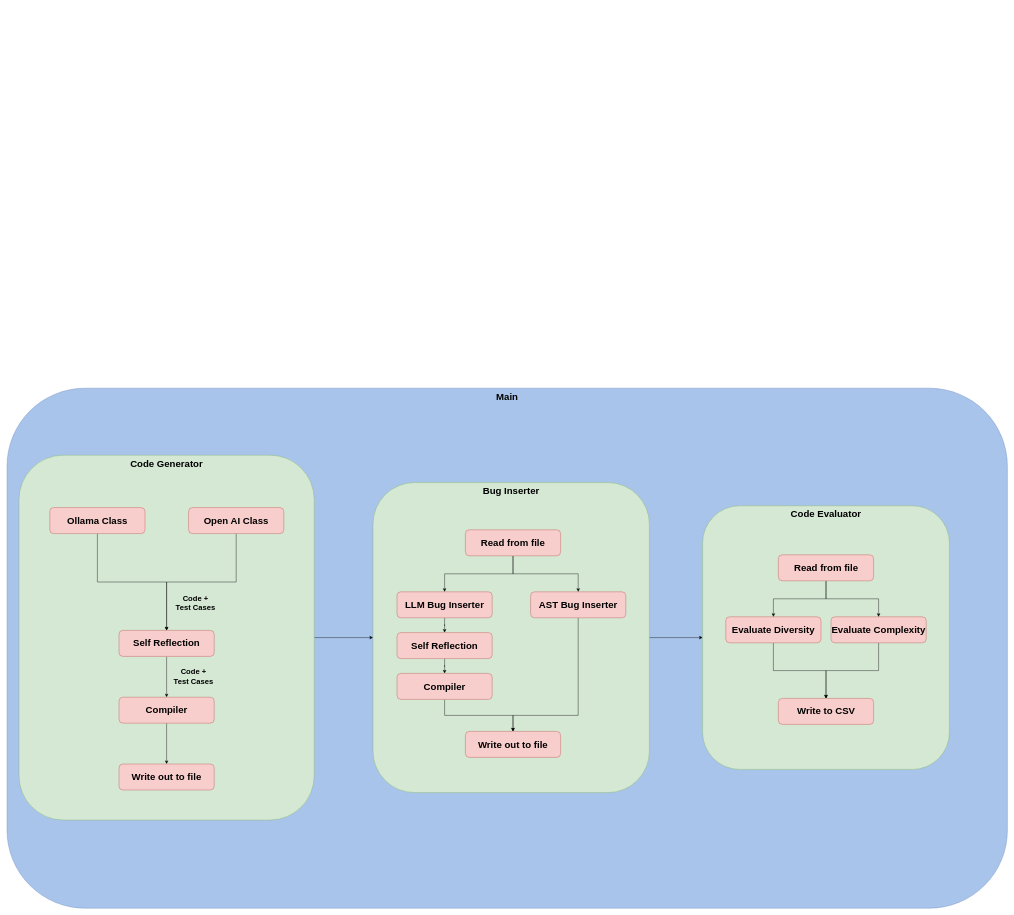
This is Reports/Final/Images/Code_Structure.drawio from Patrick941/MAIProject, a draw.io file, before an edit. Source tidied: cells renumbered, new cells numbered last; positions are measured from the earlier drawing's top-left corner, leaving out a move shared by most shapes. Both pictures are drawn from the tidied source at 40%, with x=0, y=0 at pixel (7, 388).
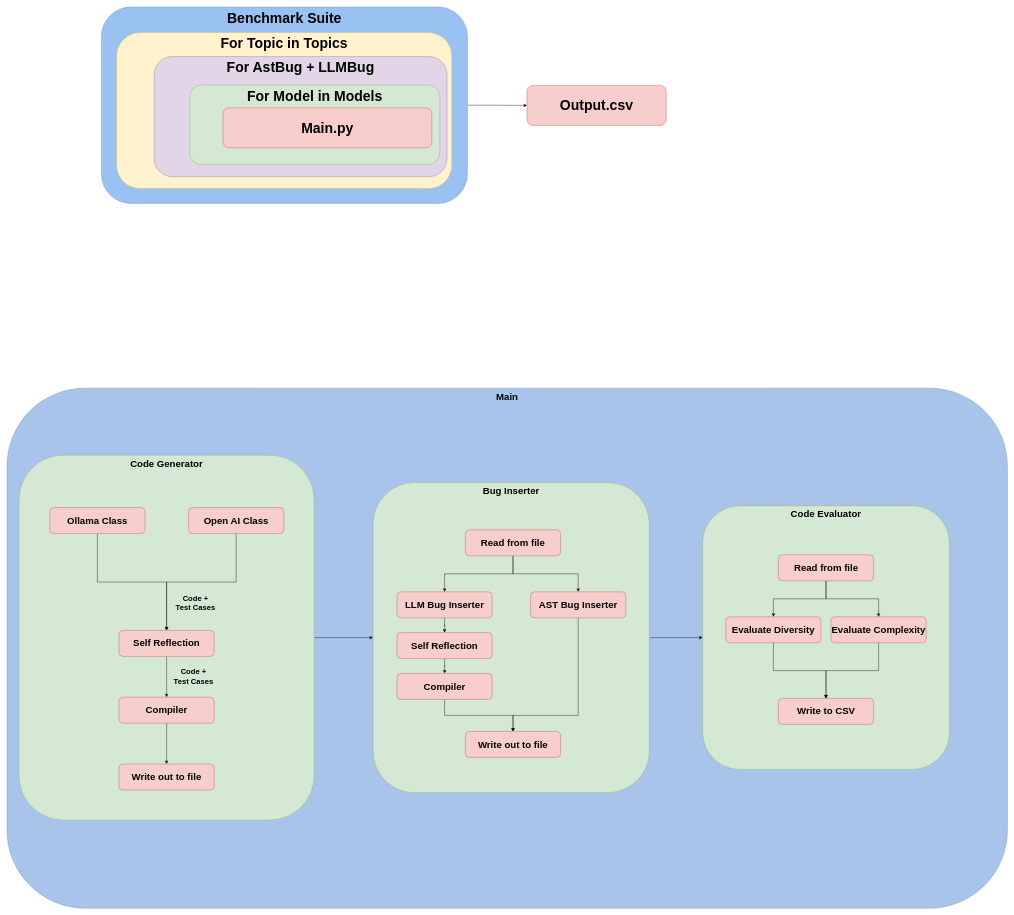
The same page after the edit.

What changed in the source:
```diff
@@
+    <mxCell id="39" style="edgeStyle=orthogonalEdgeStyle;rounded=0;jettySize=auto;html=1;entryX=0;entryY=0.5;entryDx=0;entryDy=0;" parent="1" edge="1" source="40" target="45">
+      <mxGeometry relative="1" as="geometry" />
+    </mxCell>
+    <mxCell id="40" value="Benchmark Suite" style="rounded=1;whiteSpace=wrap;html=1;fillStyle=solid;fillColor=light-dark(#99c1f1, #ededed);strokeColor=#6c8ebf;verticalAlign=top;fontSize=35;fontStyle=1;" parent="1" vertex="1">
+      <mxGeometry x="236" y="-953" width="915" height="491" as="geometry" />
+    </mxCell>
+    <mxCell id="41" value="For Topic in Topics" style="rounded=1;whiteSpace=wrap;html=1;fillStyle=solid;fillColor=#fff2cc;strokeColor=#d6b656;verticalAlign=top;fontSize=35;fontStyle=1;" parent="1" vertex="1">
+      <mxGeometry x="274" y="-889" width="838" height="390" as="geometry" />
+    </mxCell>
+    <mxCell id="42" value="For AstBug + LLMBug" style="rounded=1;whiteSpace=wrap;html=1;fillStyle=solid;fillColor=#e1d5e7;strokeColor=#9673a6;verticalAlign=top;fontSize=35;fontStyle=1;" parent="1" vertex="1">
+      <mxGeometry x="368" y="-829" width="732" height="300" as="geometry" />
+    </mxCell>
+    <mxCell id="43" value="For Model in Models" style="rounded=1;whiteSpace=wrap;html=1;verticalAlign=top;fontStyle=1;fontSize=35;fillColor=#d5e8d4;strokeColor=#82b366;" parent="1" vertex="1">
+      <mxGeometry x="457" y="-758" width="625" height="199" as="geometry" />
+    </mxCell>
+    <mxCell id="44" value="&lt;div&gt;Main.py&lt;/div&gt;" style="rounded=1;whiteSpace=wrap;html=1;fillStyle=solid;fillColor=#f8cecc;strokeColor=#b85450;verticalAlign=middle;fontSize=35;fontStyle=1;" parent="1" vertex="1">
+      <mxGeometry x="540" y="-701" width="522" height="100" as="geometry" />
+    </mxCell>
+    <mxCell id="45" value="Output.csv" style="rounded=1;whiteSpace=wrap;html=1;fillStyle=solid;fillColor=#f8cecc;strokeColor=#b85450;verticalAlign=middle;fontSize=35;fontStyle=1;" parent="1" vertex="1">
+      <mxGeometry x="1300" y="-757" width="348" height="100" as="geometry" />
+    </mxCell>
```
